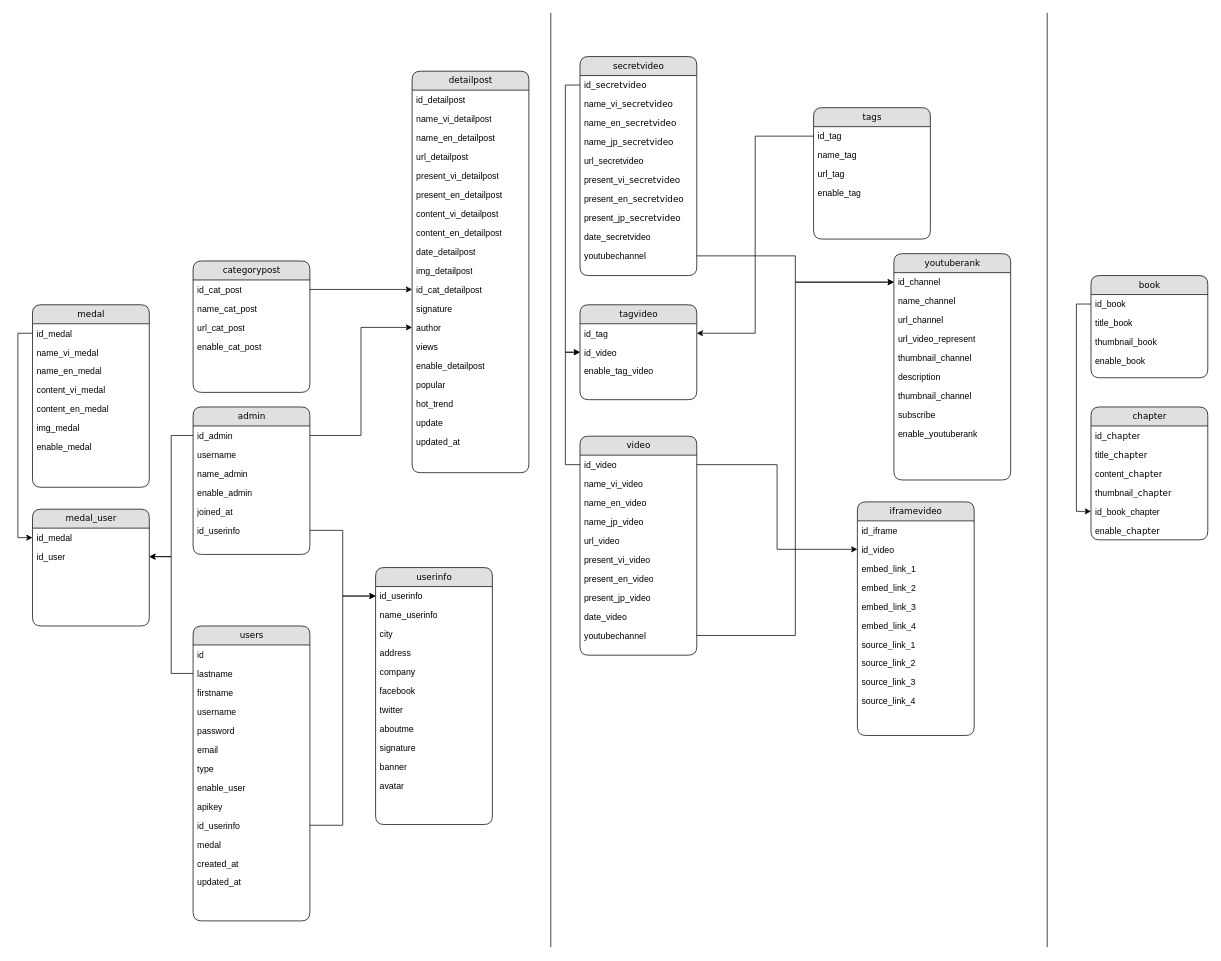
The draw.io diagram document/database.drawio in KINGDOMNVHAI/techbase, before the edit. Source tidied: cells renumbered, new cells numbered last; positions are measured from the earlier drawing's top-left corner, leaving out a move shared by most shapes. Both pictures are drawn from the tidied source at 73%, with x=0, y=0 at pixel (32, 12).
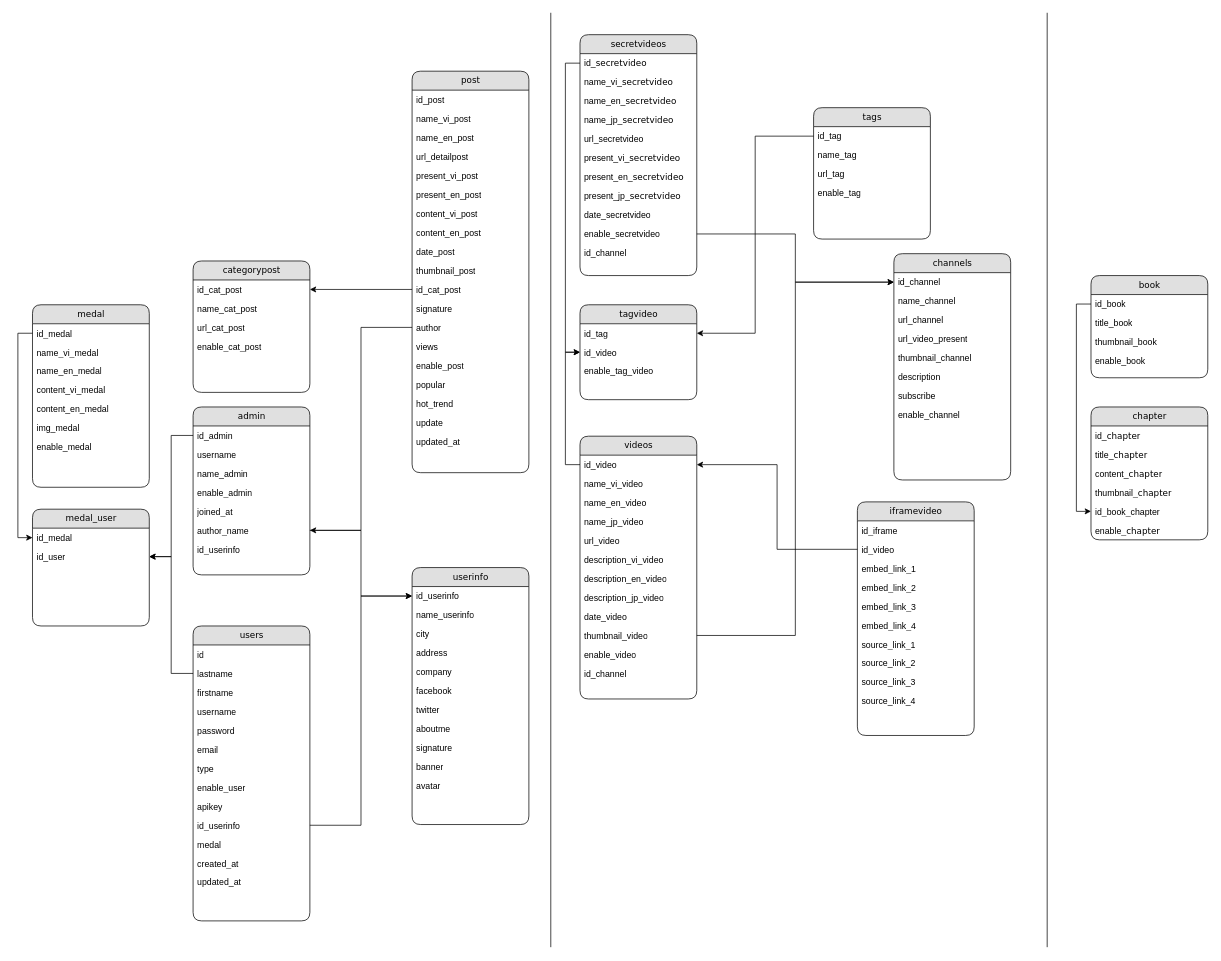
After the change.

The change refers to these unchanged cells:
```xml
<mxCell id="17" value="id_cat_post" style="text;html=1;strokeColor=none;fillColor=none;spacingLeft=4;spacingRight=4;whiteSpace=wrap;overflow=hidden;points=[[0,0.5],[1,0.5]];portConstraint=eastwest;" parent="16" vertex="1">
  <mxGeometry y="26" width="160" height="26" as="geometry" />
</mxCell>
<mxCell id="34" value="author" style="text;html=1;strokeColor=none;fillColor=none;spacingLeft=4;spacingRight=4;whiteSpace=wrap;overflow=hidden;points=[[0,0.5],[1,0.5]];portConstraint=eastwest;" parent="21" vertex="1">
  <mxGeometry y="338" width="160" height="26" as="geometry" />
</mxCell>
<mxCell id="57" value="id_admin" style="text;html=1;strokeColor=none;fillColor=none;spacingLeft=4;spacingRight=4;whiteSpace=wrap;overflow=hidden;points=[[0,0.5],[1,0.5]];portConstraint=eastwest;" parent="56" vertex="1">
  <mxGeometry y="26" width="160" height="26" as="geometry" />
</mxCell>
<mxCell id="76" value="id_video" style="text;html=1;strokeColor=none;fillColor=none;spacingLeft=4;spacingRight=4;whiteSpace=wrap;overflow=hidden;points=[[0,0.5],[1,0.5]];portConstraint=eastwest;" parent="75" vertex="1">
  <mxGeometry y="26" width="160" height="26" as="geometry" />
</mxCell>
<mxCell id="90" value="id_video" style="text;html=1;strokeColor=none;fillColor=none;spacingLeft=4;spacingRight=4;whiteSpace=wrap;overflow=hidden;points=[[0,0.5],[1,0.5]];portConstraint=eastwest;" parent="88" vertex="1">
  <mxGeometry y="52" width="160" height="26" as="geometry" />
</mxCell>
```

Diff of the diagram source:
```diff
@@
-    <mxCell id="21" value="detailpost" style="swimlane;html=1;fontStyle=0;horizontal=1;startSize=26;fillColor=#e0e0e0;swimlaneFillColor=#ffffff;align=center;rounded=1;shadow=0;comic=0;labelBackgroundColor=none;strokeWidth=1;fontFamily=Verdana;fontSize=12;" parent="1" vertex="1">
+    <mxCell id="21" value="post" style="swimlane;html=1;fontStyle=0;horizontal=1;startSize=26;fillColor=#e0e0e0;swimlaneFillColor=#ffffff;align=center;rounded=1;shadow=0;comic=0;labelBackgroundColor=none;strokeWidth=1;fontFamily=Verdana;fontSize=12;" parent="1" vertex="1">
       <mxGeometry x="520" y="80" width="160" height="550" as="geometry" />
     </mxCell>
-    <mxCell id="22" value="id_detailpost" style="text;html=1;strokeColor=none;fillColor=none;spacingLeft=4;spacingRight=4;whiteSpace=wrap;overflow=hidden;" parent="21" vertex="1">
+    <mxCell id="22" value="id_post" style="text;html=1;strokeColor=none;fillColor=none;spacingLeft=4;spacingRight=4;whiteSpace=wrap;overflow=hidden;" parent="21" vertex="1">
       <mxGeometry y="26" width="160" height="26" as="geometry" />
     </mxCell>
-    <mxCell id="23" value="name_vi_detailpost" style="text;html=1;strokeColor=none;fillColor=none;spacingLeft=4;spacingRight=4;whiteSpace=wrap;overflow=hidden;" parent="21" vertex="1">
+    <mxCell id="23" value="name_vi_post" style="text;html=1;strokeColor=none;fillColor=none;spacingLeft=4;spacingRight=4;whiteSpace=wrap;overflow=hidden;" parent="21" vertex="1">
       <mxGeometry y="52" width="160" height="26" as="geometry" />
     </mxCell>
-    <mxCell id="24" value="name_en_detailpost" style="text;html=1;strokeColor=none;fillColor=none;spacingLeft=4;spacingRight=4;whiteSpace=wrap;overflow=hidden;" parent="21" vertex="1">
+    <mxCell id="24" value="name_en_post" style="text;html=1;strokeColor=none;fillColor=none;spacingLeft=4;spacingRight=4;whiteSpace=wrap;overflow=hidden;" parent="21" vertex="1">
       <mxGeometry y="78" width="160" height="26" as="geometry" />
     </mxCell>
@@
-    <mxCell id="26" value="present_vi_detailpost" style="text;html=1;strokeColor=none;fillColor=none;spacingLeft=4;spacingRight=4;whiteSpace=wrap;overflow=hidden;" parent="21" vertex="1">
+    <mxCell id="26" value="present_vi_post" style="text;html=1;strokeColor=none;fillColor=none;spacingLeft=4;spacingRight=4;whiteSpace=wrap;overflow=hidden;" parent="21" vertex="1">
       <mxGeometry y="130" width="160" height="26" as="geometry" />
     </mxCell>
-    <mxCell id="27" value="present_en_detailpost" style="text;html=1;strokeColor=none;fillColor=none;spacingLeft=4;spacingRight=4;whiteSpace=wrap;overflow=hidden;" parent="21" vertex="1">
+    <mxCell id="27" value="present_en_post" style="text;html=1;strokeColor=none;fillColor=none;spacingLeft=4;spacingRight=4;whiteSpace=wrap;overflow=hidden;" parent="21" vertex="1">
       <mxGeometry y="156" width="160" height="26" as="geometry" />
     </mxCell>
-    <mxCell id="28" value="content_vi_detailpost" style="text;html=1;strokeColor=none;fillColor=none;spacingLeft=4;spacingRight=4;whiteSpace=wrap;overflow=hidden;" parent="21" vertex="1">
+    <mxCell id="28" value="content_vi_post" style="text;html=1;strokeColor=none;fillColor=none;spacingLeft=4;spacingRight=4;whiteSpace=wrap;overflow=hidden;" parent="21" vertex="1">
       <mxGeometry y="182" width="160" height="26" as="geometry" />
     </mxCell>
-    <mxCell id="29" value="content_en_detailpost" style="text;html=1;strokeColor=none;fillColor=none;spacingLeft=4;spacingRight=4;whiteSpace=wrap;overflow=hidden;" parent="21" vertex="1">
+    <mxCell id="29" value="content_en_post" style="text;html=1;strokeColor=none;fillColor=none;spacingLeft=4;spacingRight=4;whiteSpace=wrap;overflow=hidden;" parent="21" vertex="1">
       <mxGeometry y="208" width="160" height="26" as="geometry" />
     </mxCell>
-    <mxCell id="30" value="date_detailpost" style="text;html=1;strokeColor=none;fillColor=none;spacingLeft=4;spacingRight=4;whiteSpace=wrap;overflow=hidden;" parent="21" vertex="1">
+    <mxCell id="30" value="date_post" style="text;html=1;strokeColor=none;fillColor=none;spacingLeft=4;spacingRight=4;whiteSpace=wrap;overflow=hidden;" parent="21" vertex="1">
       <mxGeometry y="234" width="160" height="26" as="geometry" />
     </mxCell>
-    <mxCell id="31" value="img_detailpost" style="text;html=1;strokeColor=none;fillColor=none;spacingLeft=4;spacingRight=4;whiteSpace=wrap;overflow=hidden;" parent="21" vertex="1">
+    <mxCell id="31" value="thumbnail_post" style="text;html=1;strokeColor=none;fillColor=none;spacingLeft=4;spacingRight=4;whiteSpace=wrap;overflow=hidden;" parent="21" vertex="1">
       <mxGeometry y="260" width="160" height="26" as="geometry" />
     </mxCell>
-    <mxCell id="32" value="id_cat_detailpost" style="text;html=1;strokeColor=none;fillColor=none;spacingLeft=4;spacingRight=4;whiteSpace=wrap;overflow=hidden;points=[[0,0.5],[1,0.5]];portConstraint=eastwest;" parent="21" vertex="1">
+    <mxCell id="32" value="id_cat_post" style="text;html=1;strokeColor=none;fillColor=none;spacingLeft=4;spacingRight=4;whiteSpace=wrap;overflow=hidden;points=[[0,0.5],[1,0.5]];portConstraint=eastwest;" parent="21" vertex="1">
       <mxGeometry y="286" width="160" height="26" as="geometry" />
     </mxCell>
@@
-    <mxCell id="36" value="enable_detailpost" style="text;html=1;strokeColor=none;fillColor=none;spacingLeft=4;spacingRight=4;whiteSpace=wrap;overflow=hidden;" parent="21" vertex="1">
+    <mxCell id="36" value="enable_post" style="text;html=1;strokeColor=none;fillColor=none;spacingLeft=4;spacingRight=4;whiteSpace=wrap;overflow=hidden;" parent="21" vertex="1">
       <mxGeometry y="390" width="160" height="26" as="geometry" />
     </mxCell>
@@
-    <mxCell id="46" value="youtuberank" style="swimlane;html=1;fontStyle=0;horizontal=1;startSize=26;fillColor=#e0e0e0;swimlaneFillColor=#ffffff;align=center;rounded=1;shadow=0;comic=0;labelBackgroundColor=none;strokeWidth=1;fontFamily=Verdana;fontSize=12;" parent="1" vertex="1">
+    <mxCell id="46" value="channels" style="swimlane;html=1;fontStyle=0;horizontal=1;startSize=26;fillColor=#e0e0e0;swimlaneFillColor=#ffffff;align=center;rounded=1;shadow=0;comic=0;labelBackgroundColor=none;strokeWidth=1;fontFamily=Verdana;fontSize=12;" parent="1" vertex="1">
       <mxGeometry x="1180" y="330" width="160" height="310" as="geometry" />
     </mxCell>
@@
-    <mxCell id="50" value="url_video_represent" style="text;html=1;strokeColor=none;fillColor=none;spacingLeft=4;spacingRight=4;whiteSpace=wrap;overflow=hidden;" parent="46" vertex="1">
+    <mxCell id="50" value="url_video_present" style="text;html=1;strokeColor=none;fillColor=none;spacingLeft=4;spacingRight=4;whiteSpace=wrap;overflow=hidden;" parent="46" vertex="1">
       <mxGeometry y="104" width="160" height="26" as="geometry" />
     </mxCell>
@@
-    <mxCell id="53" value="thumbnail_channel" style="text;html=1;strokeColor=none;fillColor=none;spacingLeft=4;spacingRight=4;whiteSpace=wrap;overflow=hidden;" parent="46" vertex="1">
-      <mxGeometry y="182" width="160" height="26" as="geometry" />
-    </mxCell>
     <mxCell id="54" value="subscribe" style="text;html=1;strokeColor=none;fillColor=none;spacingLeft=4;spacingRight=4;whiteSpace=wrap;overflow=hidden;" parent="46" vertex="1">
-      <mxGeometry y="208" width="160" height="26" as="geometry" />
+      <mxGeometry y="182" width="160" height="26" as="geometry" />
     </mxCell>
-    <mxCell id="55" value="enable_youtuberank" style="text;html=1;strokeColor=none;fillColor=none;spacingLeft=4;spacingRight=4;whiteSpace=wrap;overflow=hidden;" parent="46" vertex="1">
-      <mxGeometry y="234" width="160" height="26" as="geometry" />
+    <mxCell id="55" value="enable_channel" style="text;html=1;strokeColor=none;fillColor=none;spacingLeft=4;spacingRight=4;whiteSpace=wrap;overflow=hidden;" parent="46" vertex="1">
+      <mxGeometry y="208" width="160" height="26" as="geometry" />
     </mxCell>
     <mxCell id="56" value="admin" style="swimlane;html=1;fontStyle=0;horizontal=1;startSize=26;fillColor=#e0e0e0;swimlaneFillColor=#ffffff;align=center;rounded=1;shadow=0;comic=0;labelBackgroundColor=none;strokeWidth=1;fontFamily=Verdana;fontSize=12;" parent="1" vertex="1">
-      <mxGeometry x="220" y="540" width="160" height="202" as="geometry" />
+      <mxGeometry x="220" y="540" width="160" height="230" as="geometry" />
     </mxCell>
@@
-    <mxCell id="62" value="id_userinfo" style="text;html=1;strokeColor=none;fillColor=none;spacingLeft=4;spacingRight=4;whiteSpace=wrap;overflow=hidden;points=[[0,0.5],[1,0.5]];portConstraint=eastwest;" parent="56" vertex="1">
+    <mxCell id="62" value="author_name" style="text;html=1;strokeColor=none;fillColor=none;spacingLeft=4;spacingRight=4;whiteSpace=wrap;overflow=hidden;points=[[0,0.5],[1,0.5]];portConstraint=eastwest;" parent="56" vertex="1">
       <mxGeometry y="156" width="160" height="26" as="geometry" />
     </mxCell>
+    <mxCell id="151" value="id_userinfo" style="text;html=1;strokeColor=none;fillColor=none;spacingLeft=4;spacingRight=4;whiteSpace=wrap;overflow=hidden;" parent="56" vertex="1">
+      <mxGeometry y="182" width="160" height="26" as="geometry" />
+    </mxCell>
     <mxCell id="63" value="userinfo" style="swimlane;html=1;fontStyle=0;horizontal=1;startSize=26;fillColor=#e0e0e0;swimlaneFillColor=#ffffff;align=center;rounded=1;shadow=0;comic=0;labelBackgroundColor=none;strokeWidth=1;fontFamily=Verdana;fontSize=12;" parent="1" vertex="1">
-      <mxGeometry x="470" y="760" width="160" height="352" as="geometry" />
+      <mxGeometry x="520" y="760" width="160" height="352" as="geometry" />
     </mxCell>
@@
-    <mxCell id="75" value="video" style="swimlane;html=1;fontStyle=0;horizontal=1;startSize=26;fillColor=#e0e0e0;swimlaneFillColor=#ffffff;align=center;rounded=1;shadow=0;comic=0;labelBackgroundColor=none;strokeWidth=1;fontFamily=Verdana;fontSize=12;" parent="1" vertex="1">
-      <mxGeometry x="750" y="580" width="160" height="300" as="geometry" />
+    <mxCell id="75" value="videos" style="swimlane;html=1;fontStyle=0;horizontal=1;startSize=26;fillColor=#e0e0e0;swimlaneFillColor=#ffffff;align=center;rounded=1;shadow=0;comic=0;labelBackgroundColor=none;strokeWidth=1;fontFamily=Verdana;fontSize=12;" parent="1" vertex="1">
+      <mxGeometry x="750" y="580" width="160" height="360" as="geometry" />
     </mxCell>
@@
-    <mxCell id="81" value="present_vi_video" style="text;html=1;strokeColor=none;fillColor=none;spacingLeft=4;spacingRight=4;whiteSpace=wrap;overflow=hidden;" parent="75" vertex="1">
+    <mxCell id="81" value="description_vi_video" style="text;html=1;strokeColor=none;fillColor=none;spacingLeft=4;spacingRight=4;whiteSpace=wrap;overflow=hidden;" parent="75" vertex="1">
       <mxGeometry y="156" width="160" height="26" as="geometry" />
     </mxCell>
-    <mxCell id="82" value="present_en_video" style="text;html=1;strokeColor=none;fillColor=none;spacingLeft=4;spacingRight=4;whiteSpace=wrap;overflow=hidden;" parent="75" vertex="1">
+    <mxCell id="82" value="description_en_video" style="text;html=1;strokeColor=none;fillColor=none;spacingLeft=4;spacingRight=4;whiteSpace=wrap;overflow=hidden;" parent="75" vertex="1">
       <mxGeometry y="182" width="160" height="26" as="geometry" />
     </mxCell>
-    <mxCell id="83" value="present_jp_video" style="text;html=1;strokeColor=none;fillColor=none;spacingLeft=4;spacingRight=4;whiteSpace=wrap;overflow=hidden;" parent="75" vertex="1">
+    <mxCell id="83" value="description_jp_video" style="text;html=1;strokeColor=none;fillColor=none;spacingLeft=4;spacingRight=4;whiteSpace=wrap;overflow=hidden;" parent="75" vertex="1">
       <mxGeometry y="208" width="160" height="26" as="geometry" />
     </mxCell>
@@
-    <mxCell id="85" value="youtubechannel" style="text;html=1;strokeColor=none;fillColor=none;spacingLeft=4;spacingRight=4;whiteSpace=wrap;overflow=hidden;points=[[0,0.5],[1,0.5]];portConstraint=eastwest;" parent="75" vertex="1">
+    <mxCell id="85" value="thumbnail_video" style="text;html=1;strokeColor=none;fillColor=none;spacingLeft=4;spacingRight=4;whiteSpace=wrap;overflow=hidden;points=[[0,0.5],[1,0.5]];portConstraint=eastwest;" parent="75" vertex="1">
       <mxGeometry y="260" width="160" height="26" as="geometry" />
     </mxCell>
+    <mxCell id="152" value="enable_video" style="text;html=1;strokeColor=none;fillColor=none;spacingLeft=4;spacingRight=4;whiteSpace=wrap;overflow=hidden;" parent="75" vertex="1">
+      <mxGeometry y="286" width="160" height="26" as="geometry" />
+    </mxCell>
+    <mxCell id="153" value="id_channel" style="text;html=1;strokeColor=none;fillColor=none;spacingLeft=4;spacingRight=4;whiteSpace=wrap;overflow=hidden;" parent="75" vertex="1">
+      <mxGeometry y="312" width="160" height="26" as="geometry" />
+    </mxCell>
@@
-    <mxCell id="112" style="edgeStyle=orthogonalEdgeStyle;rounded=0;jettySize=auto;html=1;" parent="1" edge="1" source="57" target="34">
-      <mxGeometry relative="1" as="geometry" />
-    </mxCell>
-    <mxCell id="113" style="edgeStyle=orthogonalEdgeStyle;rounded=0;jettySize=auto;html=1;exitX=1;exitY=0.5;exitDx=0;exitDy=0;entryX=0;entryY=0.5;entryDx=0;entryDy=0;" parent="1" edge="1" source="17" target="32">
-      <mxGeometry relative="1" as="geometry" />
-    </mxCell>
@@
-    <mxCell id="121" style="edgeStyle=orthogonalEdgeStyle;rounded=0;jettySize=auto;html=1;entryX=0;entryY=0.5;entryDx=0;entryDy=0;" parent="1" edge="1" source="76" target="90">
-      <mxGeometry relative="1" as="geometry" />
-    </mxCell>
-    <mxCell id="122" value="secretvideo" style="swimlane;html=1;fontStyle=0;horizontal=1;startSize=26;fillColor=#e0e0e0;swimlaneFillColor=#ffffff;align=center;rounded=1;shadow=0;comic=0;labelBackgroundColor=none;strokeWidth=1;fontFamily=Verdana;fontSize=12;" parent="1" vertex="1">
-      <mxGeometry x="750" y="60" width="160" height="300" as="geometry" />
+    <mxCell id="122" value="secretvideos" style="swimlane;html=1;fontStyle=0;horizontal=1;startSize=26;fillColor=#e0e0e0;swimlaneFillColor=#ffffff;align=center;rounded=1;shadow=0;comic=0;labelBackgroundColor=none;strokeWidth=1;fontFamily=Verdana;fontSize=12;" parent="1" vertex="1">
+      <mxGeometry x="750" y="30" width="160" height="330" as="geometry" />
     </mxCell>
@@
-    <mxCell id="132" value="youtubechannel" style="text;html=1;strokeColor=none;fillColor=none;spacingLeft=4;spacingRight=4;whiteSpace=wrap;overflow=hidden;points=[[0,0.5],[1,0.5]];portConstraint=eastwest;" parent="122" vertex="1">
+    <mxCell id="132" value="enable_secretvideo" style="text;html=1;strokeColor=none;fillColor=none;spacingLeft=4;spacingRight=4;whiteSpace=wrap;overflow=hidden;points=[[0,0.5],[1,0.5]];portConstraint=eastwest;" parent="122" vertex="1">
       <mxGeometry y="260" width="160" height="26" as="geometry" />
     </mxCell>
+    <mxCell id="154" value="id_channel" style="text;html=1;strokeColor=none;fillColor=none;spacingLeft=4;spacingRight=4;whiteSpace=wrap;overflow=hidden;" parent="122" vertex="1">
+      <mxGeometry y="286" width="160" height="26" as="geometry" />
+    </mxCell>
@@
+    <mxCell id="155" style="edgeStyle=orthogonalEdgeStyle;rounded=0;jettySize=auto;html=1;entryX=1;entryY=0.5;entryDx=0;entryDy=0;" parent="1" edge="1" source="32" target="17">
+      <mxGeometry relative="1" as="geometry" />
+    </mxCell>
+    <mxCell id="156" style="edgeStyle=orthogonalEdgeStyle;rounded=0;jettySize=auto;html=1;entryX=1;entryY=0.5;entryDx=0;entryDy=0;" parent="1" edge="1" source="34" target="62">
+      <mxGeometry relative="1" as="geometry" />
+    </mxCell>
+    <mxCell id="157" style="edgeStyle=orthogonalEdgeStyle;rounded=0;jettySize=auto;html=1;entryX=1;entryY=0.5;entryDx=0;entryDy=0;" parent="1" edge="1" source="90" target="76">
+      <mxGeometry relative="1" as="geometry" />
+    </mxCell>
```
